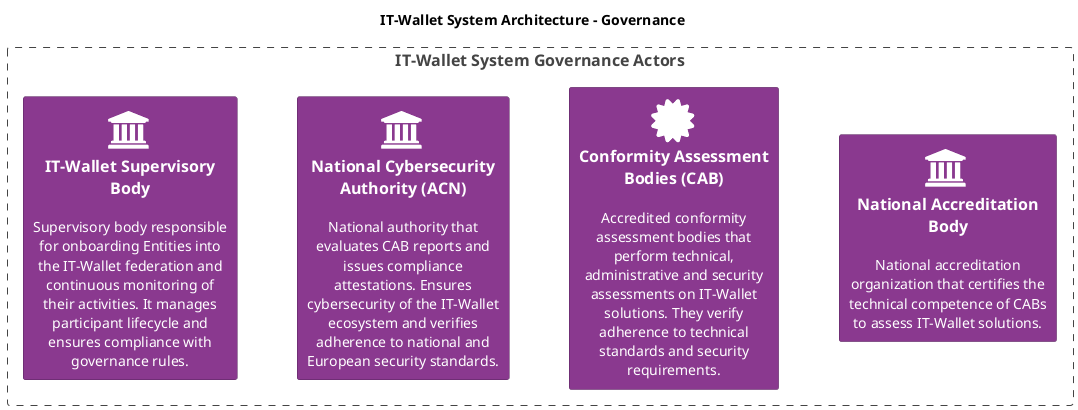
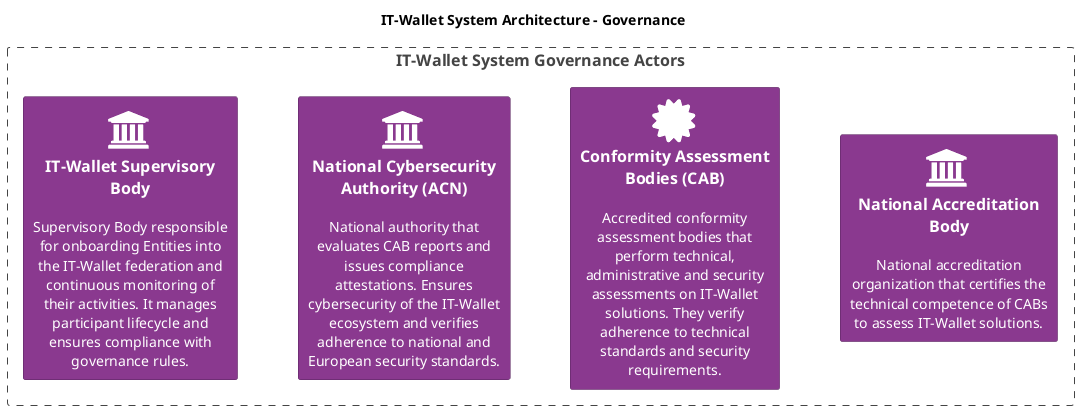
@startuml IT-Wallet_System_Architecture - Governance
!include <C4/C4_Component>
HIDE_STEREOTYPE()
' skinparam linetype ortho
LAYOUT_LEFT_RIGHT()
' LAYOUT_TOP_DOWN()
' Define SPRITES
!include <tupadr3/common>
!include <tupadr3/font-awesome-5/certificate>
!include <tupadr3/font-awesome-5/database>
!include <tupadr3/font-awesome-5/cogs>
!include <tupadr3/font-awesome-5/id_card>
!include <tupadr3/font-awesome-5/exchange_alt>
!include <tupadr3/font-awesome-5/wallet>
!include <tupadr3/font-awesome/institution>

' Custom styles
AddElementTag("external", $bgColor="#999999", $fontColor="white", $borderColor="grey")
AddElementTag("primary", $bgColor="#1168bd", $fontColor="white", $borderColor="#0b4884")
AddElementTag("tech", $bgColor="#6cb33f", $fontColor="white", $borderColor="#4a8329")
AddElementTag("governance", $bgColor="#8A398F", $fontColor="white", $borderColor="#55235A")

title IT-Wallet System Architecture - Governance

' Governance Actors
Boundary(governance, "IT-Wallet System Governance Actors") {
    Person(acn, "National Cybersecurity Authority (ACN)", "National authority that evaluates CAB reports and issues compliance attestations. Ensures cybersecurity of the IT-Wallet ecosystem and verifies adherence to national and European security standards.", $tags="governance",$sprite="institution")

    Person(ab, "National Accreditation Body", "National accreditation organization that certifies the technical competence of CABs to assess IT-Wallet solutions.", $tags="governance",$sprite="institution")

-     Person(sb, "IT-Wallet Supervisory Body", "Supervisory body responsible for onboarding Entities into the IT-Wallet federation and continuous monitoring of their activities. It manages participant lifecycle and ensures compliance with governance rules.", $tags="governance",$sprite="institution")
+     Person(sb, "IT-Wallet Supervisory Body", "Supervisory Body responsible for onboarding Entities into the IT-Wallet federation and continuous monitoring of their activities. It manages participant lifecycle and ensures compliance with governance rules.", $tags="governance",$sprite="institution")

    System(cabs, "Conformity Assessment Bodies (CAB)", "Accredited conformity assessment bodies that perform technical, administrative and security assessments on IT-Wallet solutions. They verify adherence to technical standards and security requirements.", $tags="governance", $sprite="certificate")

    Lay_U(ab,cabs)
    Lay_U(cabs,acn)
    Lay_U(acn,sb)
}


@enduml